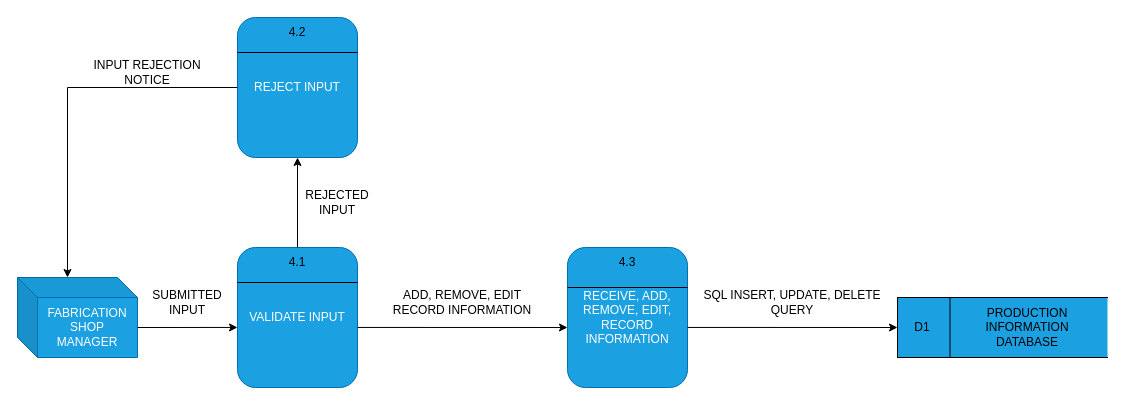
This is SUB_DFD_LEVEL_2_FABRICATION_SHOP_2.drawio from JrST90/Team2CapstoneProject, a draw.io file, before an edit. Source tidied: cells renumbered, new cells numbered last; positions are measured from the earlier drawing's top-left corner, leaving out a move shared by most shapes. Both pictures are drawn from the tidied source at 100%, with x=0, y=0 at pixel (17, 17).
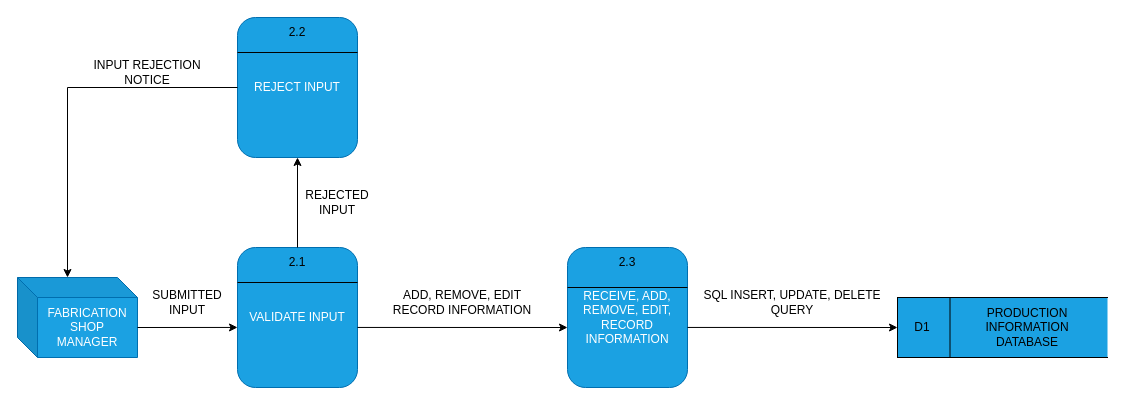
The same diagram, later.

Change to the diagram source:
```diff
@@
-    <mxCell id="6" value="4.1" style="text;html=1;align=center;verticalAlign=middle;whiteSpace=wrap;rounded=0;" parent="1" vertex="1">
+    <mxCell id="6" value="2.1" style="text;html=1;align=center;verticalAlign=middle;whiteSpace=wrap;rounded=0;" parent="1" vertex="1">
       <mxGeometry x="250" y="230" width="60" height="30" as="geometry" />
     </mxCell>
@@
-    <mxCell id="8" value="4.3" style="text;html=1;align=center;verticalAlign=middle;whiteSpace=wrap;rounded=0;" parent="1" vertex="1">
+    <mxCell id="8" value="2.3" style="text;html=1;align=center;verticalAlign=middle;whiteSpace=wrap;rounded=0;" parent="1" vertex="1">
       <mxGeometry x="580" y="230" width="60" height="30" as="geometry" />
     </mxCell>
@@
-    <mxCell id="11" value="4.2" style="text;html=1;align=center;verticalAlign=middle;whiteSpace=wrap;rounded=0;" parent="1" vertex="1">
+    <mxCell id="11" value="2.2" style="text;html=1;align=center;verticalAlign=middle;whiteSpace=wrap;rounded=0;" parent="1" vertex="1">
       <mxGeometry x="250" width="60" height="30" as="geometry" />
     </mxCell>
```
